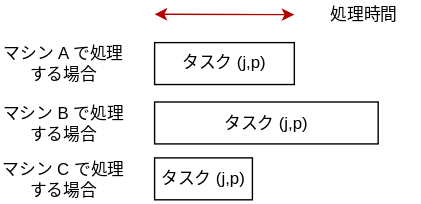
This is notebooks/ja/tutorials/figures/machine.drawio.svg from fixstars/amplify-se-examples, a draw.io export, as it was before one commit. Source tidied: cells renumbered, new cells last; positions are measured from the earlier drawing's top-left corner, leaving out a move shared by most shapes.
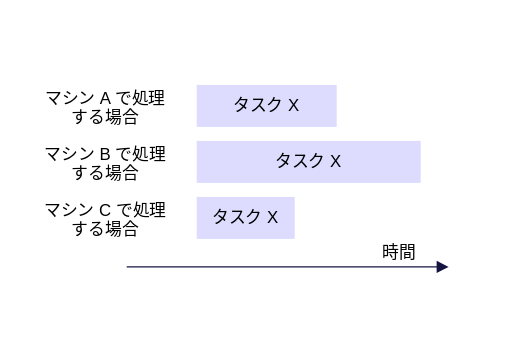
The same file after the commit.

Diff of the diagram source:
```diff
@@ -2,39 +2,42 @@
   <root>
     <mxCell id="0" />
     <mxCell id="1" parent="0" />
+    <mxCell id="10" style="whiteSpace=wrap;html=1;strokeColor=none;" parent="1" vertex="1">
+      <mxGeometry x="-30" y="-30" width="363.8" height="242.5" as="geometry" />
+    </mxCell>
-    <mxCell id="2" value="タスク&amp;nbsp;(j,p)" style="rounded=0;whiteSpace=wrap;html=1;" parent="1" vertex="1">
+    <mxCell id="2" value="タスク X" style="rounded=0;whiteSpace=wrap;html=1;fillColor=#DDDCFF;strokeColor=none;" parent="1" vertex="1">
       <mxGeometry x="110" y="30" width="100" height="30" as="geometry" />
     </mxCell>
-    <mxCell id="3" style="endArrow=classic;startArrow=classic;html=1;strokeColor=#B20000;strokeWidth=1;fillColor=#e51400;" parent="1" edge="1">
+    <mxCell id="3" style="endArrow=block;startArrow=none;html=1;strokeColor=#151440;strokeWidth=1;fillColor=#e51400;endFill=1;startFill=0;" parent="1" edge="1">
       <mxGeometry relative="1" as="geometry">
-        <mxPoint x="110" y="9.7" as="sourcePoint" />
-        <mxPoint x="210" y="10" as="targetPoint" />
+        <mxPoint x="60" y="160" as="sourcePoint" />
+        <mxPoint x="290" y="160" as="targetPoint" />
       </mxGeometry>
     </mxCell>
-    <object id="4" label="処理時間" name="Variable" placeholders="1">
+    <object id="4" label="時間" name="Variable" placeholders="1">
       <mxCell style="text;html=1;strokeColor=none;fillColor=none;align=center;verticalAlign=middle;whiteSpace=wrap;overflow=hidden;" parent="1" vertex="1">
-        <mxGeometry x="220" width="80" height="20" as="geometry" />
+        <mxGeometry x="230" y="140" width="50" height="20" as="geometry" />
       </mxCell>
     </object>
     <object id="5" label="マシン A で処理する場合" name="Variable" placeholders="1">
       <mxCell style="text;html=1;strokeColor=none;fillColor=none;align=center;verticalAlign=middle;whiteSpace=wrap;overflow=hidden;" parent="1" vertex="1">
-        <mxGeometry y="27.5" width="90" height="35" as="geometry" />
+        <mxGeometry y="30" width="90" height="30" as="geometry" />
       </mxCell>
     </object>
-    <mxCell id="6" value="タスク&amp;nbsp;(j,p)" style="rounded=0;whiteSpace=wrap;html=1;" parent="1" vertex="1">
-      <mxGeometry x="110" y="72.5" width="160" height="30" as="geometry" />
+    <mxCell id="6" value="タスク X" style="rounded=0;whiteSpace=wrap;html=1;fillColor=#DDDCFF;strokeColor=none;" parent="1" vertex="1">
+      <mxGeometry x="110" y="70" width="160" height="30" as="geometry" />
     </mxCell>
     <object id="7" label="マシン B で処理する場合" name="Variable" placeholders="1">
       <mxCell style="text;html=1;strokeColor=none;fillColor=none;align=center;verticalAlign=middle;whiteSpace=wrap;overflow=hidden;" parent="1" vertex="1">
-        <mxGeometry y="70" width="90" height="35" as="geometry" />
+        <mxGeometry y="70" width="90" height="30" as="geometry" />
       </mxCell>
     </object>
-    <mxCell id="8" value="タスク&amp;nbsp;(j,p)" style="rounded=0;whiteSpace=wrap;html=1;" parent="1" vertex="1">
-      <mxGeometry x="110" y="112.5" width="70" height="30" as="geometry" />
+    <mxCell id="8" value="タスク X" style="rounded=0;whiteSpace=wrap;html=1;fillColor=#DDDCFF;strokeColor=none;" parent="1" vertex="1">
+      <mxGeometry x="110" y="110" width="70" height="30" as="geometry" />
     </mxCell>
     <object id="9" label="マシン C で処理する場合" name="Variable" placeholders="1">
       <mxCell style="text;html=1;strokeColor=none;fillColor=none;align=center;verticalAlign=middle;whiteSpace=wrap;overflow=hidden;" parent="1" vertex="1">
-        <mxGeometry y="110" width="90" height="35" as="geometry" />
+        <mxGeometry y="110" width="90" height="30" as="geometry" />
       </mxCell>
     </object>
   </root>
```
